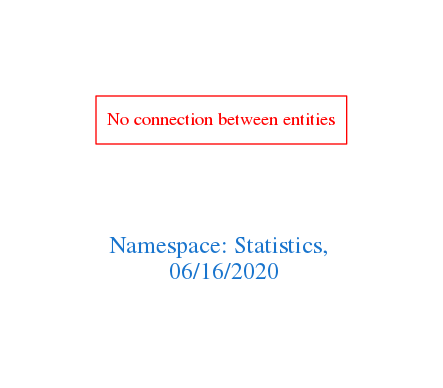
arago/OGIT keeps this Graphviz diagram as downloads/Statistics.png. Above is the earlier version. Its source is kept beside it as downloads/Statistics.dot.
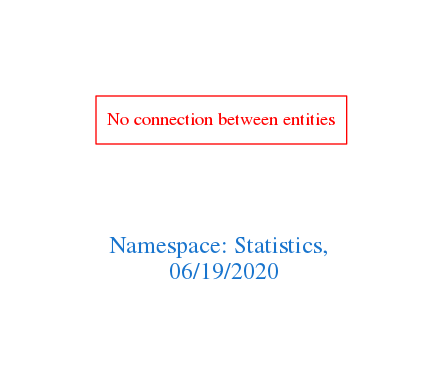
Above is the later version.

The edit, as a diff of the source:
```diff
@@ -1,7 +1,7 @@
 digraph OGIT_ontology {
  graph [ rankdir= LR,pad=1
 fontsize = 18,
-fontcolor= dodgerblue3,label = "\n\n\nNamespace: Statistics, \n 06/16/2020"];
+fontcolor= dodgerblue3,label = "\n\n\nNamespace: Statistics, \n 06/19/2020"];
 node[shape=polygon];
 edge [  color="gray81"];
 
```
